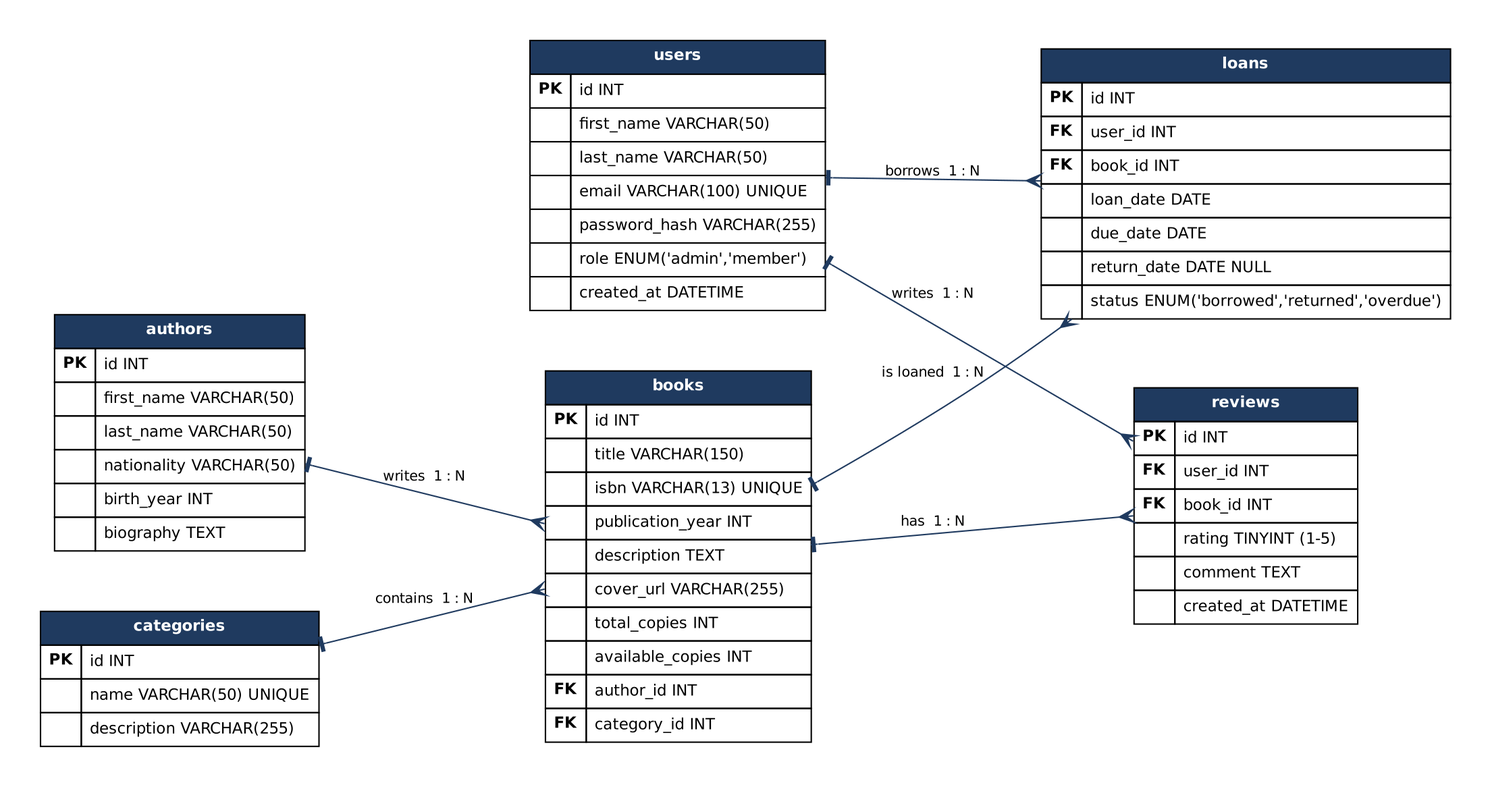
Earlier version of the Graphviz export docs/erd.png (adidzumhur/library-app). Its source is kept beside it as docs/erd.dot. The source it was exported from:
```dot
digraph ERD {
  graph [rankdir=LR, fontname="Helvetica", bgcolor="white", pad=0.4, nodesep=0.6, ranksep=1.1];
  node  [shape=plain, fontname="Helvetica", fontsize=11];
  edge  [fontname="Helvetica", fontsize=10, color="#1f3a5f", arrowhead=crow, arrowtail=tee, dir=both];

  users [label=<
  <table border="0" cellborder="1" cellspacing="0" cellpadding="5">
    <tr><td bgcolor="#1f3a5f" colspan="2"><font color="white"><b>users</b></font></td></tr>
    <tr><td align="left"><b>PK</b></td><td align="left">id INT</td></tr>
    <tr><td></td><td align="left">first_name VARCHAR(50)</td></tr>
    <tr><td></td><td align="left">last_name VARCHAR(50)</td></tr>
    <tr><td></td><td align="left">email VARCHAR(100) UNIQUE</td></tr>
    <tr><td></td><td align="left">password_hash VARCHAR(255)</td></tr>
    <tr><td></td><td align="left">role ENUM('admin','member')</td></tr>
    <tr><td></td><td align="left">created_at DATETIME</td></tr>
  </table>>];

  authors [label=<
  <table border="0" cellborder="1" cellspacing="0" cellpadding="5">
    <tr><td bgcolor="#1f3a5f" colspan="2"><font color="white"><b>authors</b></font></td></tr>
    <tr><td align="left"><b>PK</b></td><td align="left">id INT</td></tr>
    <tr><td></td><td align="left">first_name VARCHAR(50)</td></tr>
    <tr><td></td><td align="left">last_name VARCHAR(50)</td></tr>
    <tr><td></td><td align="left">nationality VARCHAR(50)</td></tr>
    <tr><td></td><td align="left">birth_year INT</td></tr>
    <tr><td></td><td align="left">biography TEXT</td></tr>
  </table>>];

  categories [label=<
  <table border="0" cellborder="1" cellspacing="0" cellpadding="5">
    <tr><td bgcolor="#1f3a5f" colspan="2"><font color="white"><b>categories</b></font></td></tr>
    <tr><td align="left"><b>PK</b></td><td align="left">id INT</td></tr>
    <tr><td></td><td align="left">name VARCHAR(50) UNIQUE</td></tr>
    <tr><td></td><td align="left">description VARCHAR(255)</td></tr>
  </table>>];

  books [label=<
  <table border="0" cellborder="1" cellspacing="0" cellpadding="5">
    <tr><td bgcolor="#1f3a5f" colspan="2"><font color="white"><b>books</b></font></td></tr>
    <tr><td align="left"><b>PK</b></td><td align="left">id INT</td></tr>
    <tr><td></td><td align="left">title VARCHAR(150)</td></tr>
    <tr><td></td><td align="left">isbn VARCHAR(13) UNIQUE</td></tr>
    <tr><td></td><td align="left">publication_year INT</td></tr>
    <tr><td></td><td align="left">description TEXT</td></tr>
    <tr><td></td><td align="left">cover_url VARCHAR(255)</td></tr>
    <tr><td></td><td align="left">total_copies INT</td></tr>
    <tr><td></td><td align="left">available_copies INT</td></tr>
    <tr><td align="left"><b>FK</b></td><td align="left">author_id INT</td></tr>
    <tr><td align="left"><b>FK</b></td><td align="left">category_id INT</td></tr>
  </table>>];

  loans [label=<
  <table border="0" cellborder="1" cellspacing="0" cellpadding="5">
    <tr><td bgcolor="#1f3a5f" colspan="2"><font color="white"><b>loans</b></font></td></tr>
    <tr><td align="left"><b>PK</b></td><td align="left">id INT</td></tr>
    <tr><td align="left"><b>FK</b></td><td align="left">user_id INT</td></tr>
    <tr><td align="left"><b>FK</b></td><td align="left">book_id INT</td></tr>
    <tr><td></td><td align="left">loan_date DATE</td></tr>
    <tr><td></td><td align="left">due_date DATE</td></tr>
    <tr><td></td><td align="left">return_date DATE NULL</td></tr>
    <tr><td></td><td align="left">status ENUM('borrowed','returned','overdue')</td></tr>
  </table>>];

  reviews [label=<
  <table border="0" cellborder="1" cellspacing="0" cellpadding="5">
    <tr><td bgcolor="#1f3a5f" colspan="2"><font color="white"><b>reviews</b></font></td></tr>
    <tr><td align="left"><b>PK</b></td><td align="left">id INT</td></tr>
    <tr><td align="left"><b>FK</b></td><td align="left">user_id INT</td></tr>
    <tr><td align="left"><b>FK</b></td><td align="left">book_id INT</td></tr>
    <tr><td></td><td align="left">rating TINYINT (1-5)</td></tr>
    <tr><td></td><td align="left">comment TEXT</td></tr>
    <tr><td></td><td align="left">created_at DATETIME</td></tr>
  </table>>];

  authors    -> books   [label="writes  1 : N"];
  categories -> books   [label="contains  1 : N"];
  users      -> loans   [label="borrows  1 : N"];
  books      -> loans   [label="is loaned  1 : N"];
  users      -> reviews [label="writes  1 : N"];
  books      -> reviews [label="has  1 : N"];
}
```
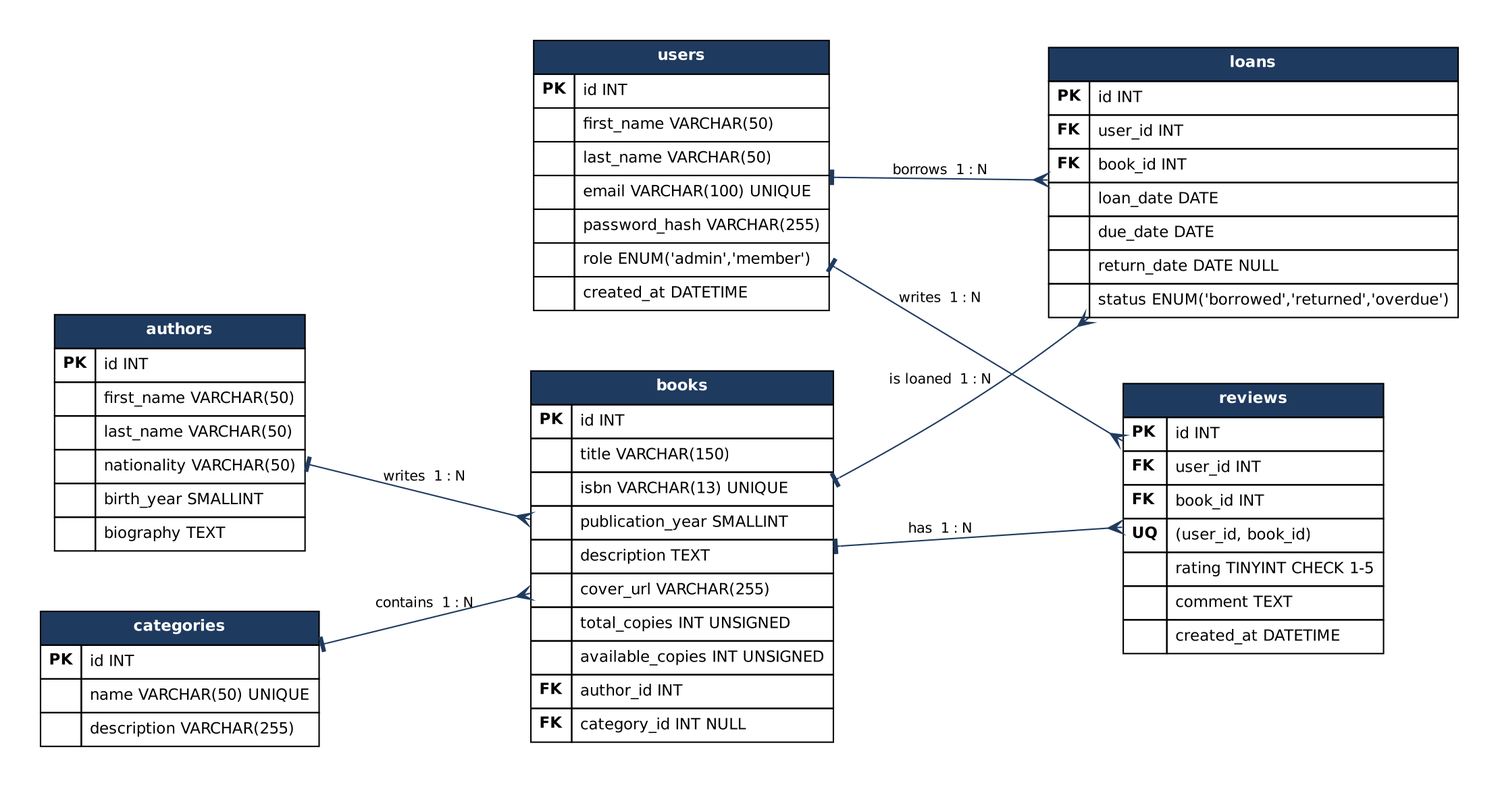
The same diagram one commit later.

Diff of the diagram source:
```diff
@@ -22,7 +22,7 @@
     <tr><td></td><td align="left">first_name VARCHAR(50)</td></tr>
     <tr><td></td><td align="left">last_name VARCHAR(50)</td></tr>
     <tr><td></td><td align="left">nationality VARCHAR(50)</td></tr>
-    <tr><td></td><td align="left">birth_year INT</td></tr>
+    <tr><td></td><td align="left">birth_year SMALLINT</td></tr>
     <tr><td></td><td align="left">biography TEXT</td></tr>
   </table>>];
 
@@ -40,13 +40,13 @@
     <tr><td align="left"><b>PK</b></td><td align="left">id INT</td></tr>
     <tr><td></td><td align="left">title VARCHAR(150)</td></tr>
     <tr><td></td><td align="left">isbn VARCHAR(13) UNIQUE</td></tr>
-    <tr><td></td><td align="left">publication_year INT</td></tr>
+    <tr><td></td><td align="left">publication_year SMALLINT</td></tr>
     <tr><td></td><td align="left">description TEXT</td></tr>
     <tr><td></td><td align="left">cover_url VARCHAR(255)</td></tr>
-    <tr><td></td><td align="left">total_copies INT</td></tr>
-    <tr><td></td><td align="left">available_copies INT</td></tr>
+    <tr><td></td><td align="left">total_copies INT UNSIGNED</td></tr>
+    <tr><td></td><td align="left">available_copies INT UNSIGNED</td></tr>
     <tr><td align="left"><b>FK</b></td><td align="left">author_id INT</td></tr>
-    <tr><td align="left"><b>FK</b></td><td align="left">category_id INT</td></tr>
+    <tr><td align="left"><b>FK</b></td><td align="left">category_id INT NULL</td></tr>
   </table>>];
 
   loans [label=<
@@ -67,7 +67,8 @@
     <tr><td align="left"><b>PK</b></td><td align="left">id INT</td></tr>
     <tr><td align="left"><b>FK</b></td><td align="left">user_id INT</td></tr>
     <tr><td align="left"><b>FK</b></td><td align="left">book_id INT</td></tr>
-    <tr><td></td><td align="left">rating TINYINT (1-5)</td></tr>
+    <tr><td align="left"><b>UQ</b></td><td align="left">(user_id, book_id)</td></tr>
+    <tr><td></td><td align="left">rating TINYINT CHECK 1-5</td></tr>
     <tr><td></td><td align="left">comment TEXT</td></tr>
     <tr><td></td><td align="left">created_at DATETIME</td></tr>
   </table>>];
```
